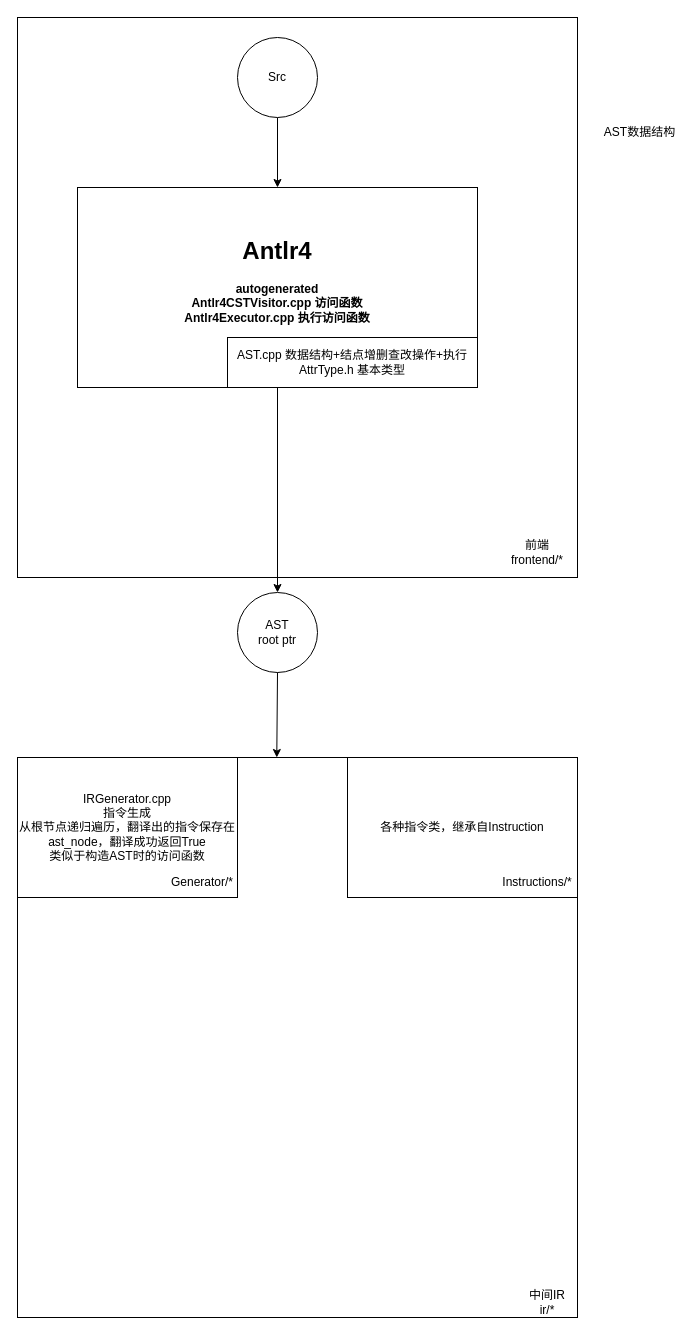
This is struction.drawio from berry212/Compiler_MiniC, a draw.io file, before an edit. Source tidied: cells renumbered, new cells numbered last; positions are measured from the earlier drawing's top-left corner, leaving out a move shared by most shapes. Both pictures are drawn from the tidied source at 100%, with x=0, y=0 at pixel (17, 17).
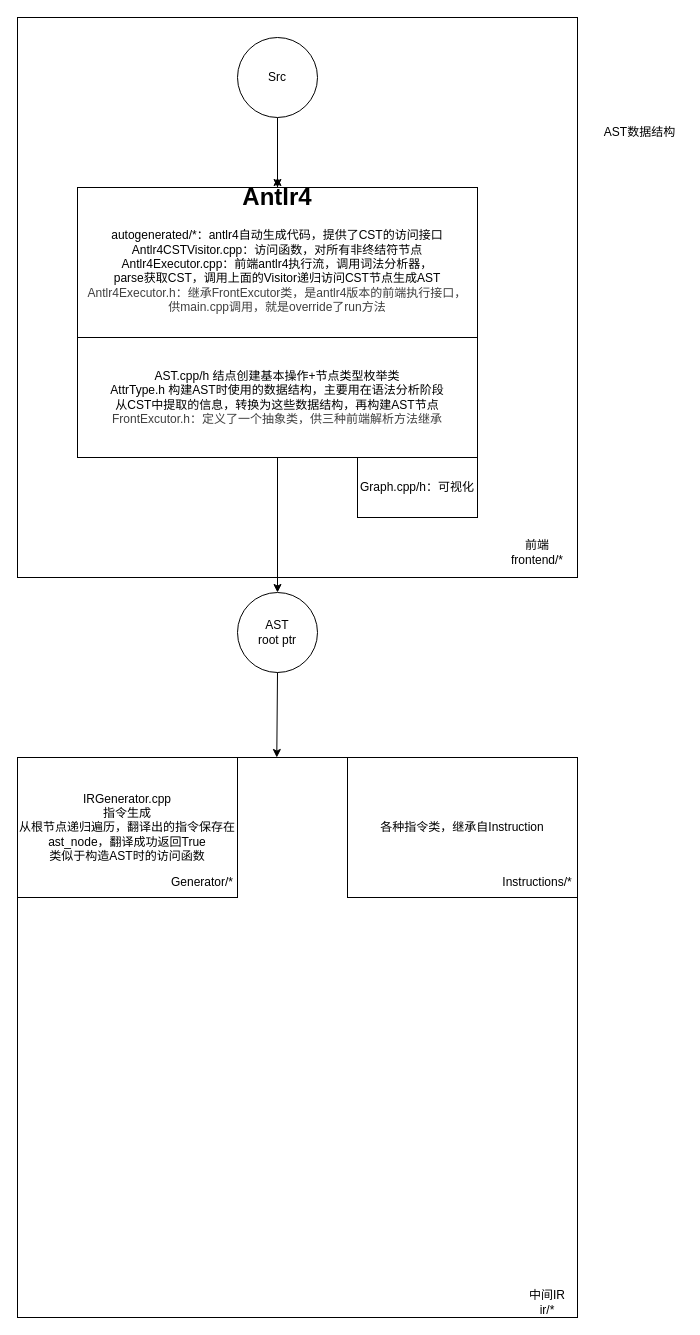
The same page after the edit.

Commit message (it also covers changes not shown here):
前端部分drawio图，修改设置

Change to the diagram source:
```diff
@@
+    <mxCell id="18" style="edgeStyle=none;html=1;exitX=0.5;exitY=0;exitDx=0;exitDy=0;" parent="1" edge="1" source="4">
+      <mxGeometry relative="1" as="geometry">
+        <mxPoint x="260" y="160" as="targetPoint" />
+      </mxGeometry>
+    </mxCell>
-    <mxCell id="4" value="&lt;h1&gt;&lt;b&gt;Antlr4&lt;/b&gt;&lt;/h1&gt;&lt;div&gt;&lt;b&gt;autogenerated&lt;/b&gt;&lt;/div&gt;&lt;div&gt;&lt;b&gt;Antlr4CSTVisitor.cpp 访问函数&lt;/b&gt;&lt;/div&gt;&lt;div&gt;&lt;b&gt;Antlr4Executor.cpp 执行访问函数&lt;/b&gt;&lt;/div&gt;&lt;div&gt;&lt;b&gt;&lt;br&gt;&lt;/b&gt;&lt;/div&gt;&lt;div&gt;&lt;br&gt;&lt;/div&gt;" style="rounded=0;whiteSpace=wrap;html=1;" parent="1" vertex="1">
-      <mxGeometry x="60" y="170" width="400" height="200" as="geometry" />
+    <mxCell id="4" value="&lt;h1&gt;Antlr4&lt;/h1&gt;&lt;div&gt;autogenerated/*：antlr4自动生成代码，提供了CST的访问接口&lt;/div&gt;&lt;div&gt;Antlr4CSTVisitor.cpp：访问函数，对所有非终结符节点&lt;/div&gt;&lt;div&gt;Antlr4Executor.cpp：前端antlr4执行流，调用词法分析器，&lt;/div&gt;&lt;div&gt;parse获取CST，调用上面的Visitor递归访问CST节点生成AST&lt;/div&gt;&lt;div&gt;&lt;span style=&quot;color: rgb(63, 63, 63);&quot;&gt;Antlr4Executor.h：继承FrontExcutor类，是antlr4版本的前端执行接口，&lt;/span&gt;&lt;/div&gt;&lt;div&gt;&lt;span style=&quot;color: rgb(63, 63, 63);&quot;&gt;供main.cpp调用，就是override了run方法&lt;/span&gt;&lt;/div&gt;&lt;div&gt;&lt;br&gt;&lt;/div&gt;&lt;div&gt;&lt;br&gt;&lt;/div&gt;&lt;div&gt;&lt;br&gt;&lt;/div&gt;" style="rounded=0;whiteSpace=wrap;html=1;" parent="1" vertex="1">
+      <mxGeometry x="60" y="170" width="400" height="150" as="geometry" />
     </mxCell>
@@
-    <mxCell id="7" value="AST.cpp 数据结构+结点增删查改操作+执行&lt;div&gt;AttrType.h 基本类型&lt;/div&gt;" style="rounded=0;whiteSpace=wrap;html=1;" parent="1" vertex="1">
-      <mxGeometry x="210" y="320" width="250" height="50" as="geometry" />
+    <mxCell id="7" value="AST.cpp/h 结点创建基本操作+节点类型枚举类&lt;div&gt;AttrType.h 构建AST时使用的数据结构，主要用在语法分析阶段&lt;/div&gt;&lt;div&gt;从CST中提取的信息，转换为这些数据结构，再构建AST节点&lt;/div&gt;&lt;div&gt;&lt;span style=&quot;color: rgb(63, 63, 63);&quot;&gt;FrontExcutor.h：定义了一个抽象类，供三种前端解析方法继承&lt;/span&gt;&lt;/div&gt;" style="rounded=0;whiteSpace=wrap;html=1;" parent="1" vertex="1">
+      <mxGeometry x="60" y="320" width="400" height="120" as="geometry" />
     </mxCell>
@@
+    <mxCell id="19" value="Graph.cpp/h：可视化" style="rounded=0;whiteSpace=wrap;html=1;" parent="1" vertex="1">
+      <mxGeometry x="340" y="440" width="120" height="60" as="geometry" />
+    </mxCell>
```
